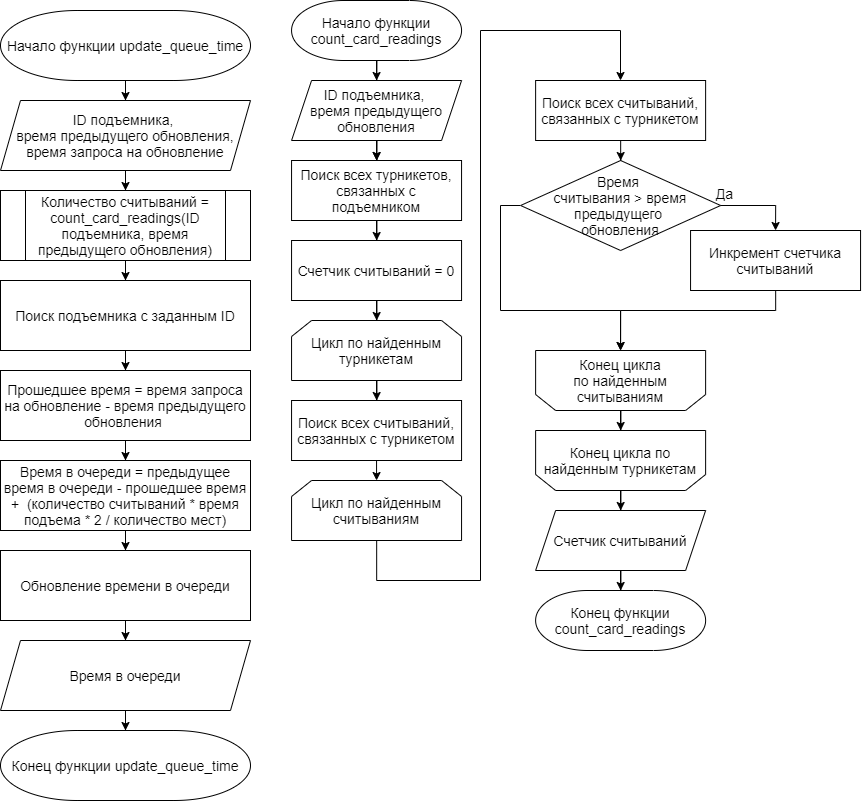
Above: docs/imgs/function.png in alena-zayts/BMSTU_6sem_software_design (draw.io), before the change. Source tidied: cells renumbered, new cells last; positions are measured from the earlier drawing's top-left corner, leaving out a move shared by most shapes. The source it was exported from:
```xml
<mxGraphModel>
  <root>
    <mxCell id="0" />
    <mxCell id="1" parent="0" />
    <mxCell id="2" style="edgeStyle=orthogonalEdgeStyle;rounded=0;jettySize=auto;html=1;entryX=0.5;entryY=0;entryDx=0;entryDy=0;fontSize=14;" parent="1" edge="1" source="3" target="5">
      <mxGeometry relative="1" as="geometry" />
    </mxCell>
    <mxCell id="3" value="Начало функции count_card_readings" style="strokeWidth=1;shape=mxgraph.flowchart.terminator;whiteSpace=wrap;fontFamily=Helvetica;fontSize=14;fontStyle=0;" parent="1" vertex="1">
      <mxGeometry x="291.1" width="170" height="60" as="geometry" />
    </mxCell>
    <mxCell id="4" style="edgeStyle=orthogonalEdgeStyle;rounded=0;jettySize=auto;html=1;entryX=0.5;entryY=0;entryDx=0;entryDy=0;fontSize=14;" parent="1" edge="1" source="5">
      <mxGeometry relative="1" as="geometry">
        <mxPoint x="376.1" y="160" as="targetPoint" />
      </mxGeometry>
    </mxCell>
    <mxCell id="5" value="ID подъемника, &lt;br style=&quot;font-size: 14px&quot;&gt;время предыдущего обновления" style="shape=parallelogram;perimeter=parallelogramPerimeter;whiteSpace=wrap;html=1;fixedSize=1;fontSize=14;" parent="1" vertex="1">
      <mxGeometry x="291.1" y="80" width="170" height="60" as="geometry" />
    </mxCell>
    <mxCell id="6" style="edgeStyle=orthogonalEdgeStyle;rounded=0;jettySize=auto;html=1;fontSize=14;" parent="1" edge="1" source="7" target="19">
      <mxGeometry relative="1" as="geometry" />
    </mxCell>
    <mxCell id="7" value="Поиск всех турникетов, связанных с подъемником" style="rounded=0;whiteSpace=wrap;strokeWidth=1;fontFamily=Helvetica;fontSize=14;fontStyle=0;" parent="1" vertex="1">
      <mxGeometry x="291.1" y="160" width="170" height="60" as="geometry" />
    </mxCell>
    <mxCell id="8" style="edgeStyle=orthogonalEdgeStyle;rounded=0;jettySize=auto;html=1;fontSize=14;" parent="1" edge="1" source="9" target="21">
      <mxGeometry relative="1" as="geometry" />
    </mxCell>
    <mxCell id="9" value="&lt;span style=&quot;font-size: 14px&quot;&gt;Цикл по найденным турникетам&lt;/span&gt;" style="shape=loopLimit;whiteSpace=wrap;html=1;strokeWidth=1;fontSize=14;" parent="1" vertex="1">
      <mxGeometry x="291.1" y="320" width="170" height="60" as="geometry" />
    </mxCell>
    <mxCell id="10" style="edgeStyle=orthogonalEdgeStyle;rounded=0;jettySize=auto;html=1;fontSize=14;" parent="1" edge="1" source="11" target="29">
      <mxGeometry relative="1" as="geometry" />
    </mxCell>
    <mxCell id="11" value="&lt;span style=&quot;font-size: 14px&quot;&gt;Конец цикла&amp;nbsp;&lt;/span&gt;по найденным турникетам" style="shape=loopLimit;whiteSpace=wrap;html=1;strokeWidth=1;direction=west;fontSize=14;" parent="1" vertex="1">
      <mxGeometry x="535.1" y="430" width="170" height="60" as="geometry" />
    </mxCell>
    <mxCell id="12" style="edgeStyle=orthogonalEdgeStyle;rounded=0;jettySize=auto;html=1;fontSize=14;" parent="1" edge="1" target="7">
      <mxGeometry relative="1" as="geometry">
        <mxPoint x="376.2" y="140" as="sourcePoint" />
      </mxGeometry>
    </mxCell>
    <mxCell id="13" value="Да" style="edgeStyle=orthogonalEdgeStyle;rounded=0;jettySize=auto;exitX=1;exitY=0.5;exitDx=0;exitDy=0;entryX=0.5;entryY=0;entryDx=0;entryDy=0;fontFamily=Helvetica;fontSize=14;fontStyle=0;" parent="1" edge="1" source="15" target="17">
      <mxGeometry x="-0.9" y="12" relative="1" as="geometry">
        <mxPoint x="1" as="offset" />
      </mxGeometry>
    </mxCell>
    <mxCell id="14" style="edgeStyle=orthogonalEdgeStyle;rounded=0;jettySize=auto;html=1;fontSize=14;exitX=0;exitY=0.5;exitDx=0;exitDy=0;" parent="1" edge="1" source="15" target="25">
      <mxGeometry relative="1" as="geometry">
        <Array as="points">
          <mxPoint x="500" y="205" />
          <mxPoint x="500" y="310" />
          <mxPoint x="620" y="310" />
        </Array>
      </mxGeometry>
    </mxCell>
    <mxCell id="15" value="Время &#10;считывания &gt; время предыдущего &#10;обновления" style="rhombus;whiteSpace=wrap;strokeWidth=1;fontFamily=Helvetica;fontSize=14;fontStyle=0;" parent="1" vertex="1">
      <mxGeometry x="520.1" y="160" width="200.1" height="90" as="geometry" />
    </mxCell>
    <mxCell id="16" style="edgeStyle=orthogonalEdgeStyle;rounded=0;jettySize=auto;html=1;entryX=0.5;entryY=1;entryDx=0;entryDy=0;fontSize=14;" parent="1" edge="1" source="17" target="25">
      <mxGeometry relative="1" as="geometry">
        <Array as="points">
          <mxPoint x="775" y="310" />
          <mxPoint x="620" y="310" />
        </Array>
      </mxGeometry>
    </mxCell>
    <mxCell id="17" value="Инкремент счетчика считываний" style="rounded=0;whiteSpace=wrap;strokeWidth=1;fontFamily=Helvetica;fontSize=14;fontStyle=0;" parent="1" vertex="1">
      <mxGeometry x="690.1" y="230" width="170" height="60" as="geometry" />
    </mxCell>
    <mxCell id="18" style="edgeStyle=orthogonalEdgeStyle;rounded=0;jettySize=auto;html=1;fontSize=14;" parent="1" edge="1" source="19" target="9">
      <mxGeometry relative="1" as="geometry" />
    </mxCell>
    <mxCell id="19" value="Счетчик считываний = 0" style="rounded=0;whiteSpace=wrap;strokeWidth=1;fontFamily=Helvetica;fontSize=14;fontStyle=0;" parent="1" vertex="1">
      <mxGeometry x="291.1" y="240" width="170" height="60" as="geometry" />
    </mxCell>
    <mxCell id="20" style="edgeStyle=orthogonalEdgeStyle;rounded=0;jettySize=auto;html=1;exitX=0.5;exitY=1;exitDx=0;exitDy=0;entryX=0.5;entryY=0;entryDx=0;entryDy=0;fontSize=14;" parent="1" edge="1" source="21" target="23">
      <mxGeometry relative="1" as="geometry" />
    </mxCell>
    <mxCell id="21" value="Поиск всех считываний, связанных с турникетом" style="rounded=0;whiteSpace=wrap;strokeWidth=1;fontFamily=Helvetica;fontSize=14;fontStyle=0;" parent="1" vertex="1">
      <mxGeometry x="291.1" y="400" width="170" height="60" as="geometry" />
    </mxCell>
    <mxCell id="22" style="edgeStyle=orthogonalEdgeStyle;rounded=0;jettySize=auto;html=1;fontSize=14;" parent="1" edge="1" source="23" target="27">
      <mxGeometry relative="1" as="geometry">
        <Array as="points">
          <mxPoint x="376" y="580" />
          <mxPoint x="480" y="580" />
          <mxPoint x="480" y="30" />
          <mxPoint x="620" y="30" />
        </Array>
      </mxGeometry>
    </mxCell>
    <mxCell id="23" value="&lt;span style=&quot;font-size: 14px&quot;&gt;Цикл по найденным считываниям&lt;/span&gt;" style="shape=loopLimit;whiteSpace=wrap;html=1;strokeWidth=1;fontSize=14;" parent="1" vertex="1">
      <mxGeometry x="291.1" y="480" width="170" height="60" as="geometry" />
    </mxCell>
    <mxCell id="24" style="edgeStyle=orthogonalEdgeStyle;rounded=0;jettySize=auto;html=1;fontSize=14;" parent="1" edge="1" source="25" target="11">
      <mxGeometry relative="1" as="geometry" />
    </mxCell>
    <mxCell id="25" value="&lt;span style=&quot;font-size: 14px&quot;&gt;Конец цикла по&amp;nbsp;&lt;/span&gt;найденным считываниям" style="shape=loopLimit;whiteSpace=wrap;html=1;strokeWidth=1;direction=west;fontSize=14;" parent="1" vertex="1">
      <mxGeometry x="535.1" y="350" width="170" height="60" as="geometry" />
    </mxCell>
    <mxCell id="26" style="edgeStyle=orthogonalEdgeStyle;rounded=0;jettySize=auto;html=1;fontSize=14;" parent="1" edge="1" source="27" target="15">
      <mxGeometry relative="1" as="geometry" />
    </mxCell>
    <mxCell id="27" value="Поиск всех считываний, связанных с турникетом" style="rounded=0;whiteSpace=wrap;strokeWidth=1;fontFamily=Helvetica;fontSize=14;fontStyle=0;" parent="1" vertex="1">
      <mxGeometry x="535.1" y="80" width="170" height="60" as="geometry" />
    </mxCell>
    <mxCell id="28" style="edgeStyle=orthogonalEdgeStyle;rounded=0;jettySize=auto;html=1;fontSize=14;" parent="1" edge="1" source="29" target="30">
      <mxGeometry relative="1" as="geometry" />
    </mxCell>
    <mxCell id="29" value="Счетчик считываний" style="shape=parallelogram;perimeter=parallelogramPerimeter;whiteSpace=wrap;html=1;fixedSize=1;fontSize=14;" parent="1" vertex="1">
      <mxGeometry x="535.1" y="510" width="170" height="60" as="geometry" />
    </mxCell>
    <mxCell id="30" value="Конец функции count_card_readings" style="strokeWidth=1;shape=mxgraph.flowchart.terminator;whiteSpace=wrap;fontFamily=Helvetica;fontSize=14;fontStyle=0;" parent="1" vertex="1">
      <mxGeometry x="535.1" y="590" width="170" height="60" as="geometry" />
    </mxCell>
    <mxCell id="31" style="edgeStyle=orthogonalEdgeStyle;rounded=0;jettySize=auto;html=1;fontSize=14;" parent="1" edge="1" source="32" target="34">
      <mxGeometry relative="1" as="geometry" />
    </mxCell>
    <mxCell id="32" value="Начало функции update_queue_time" style="strokeWidth=1;shape=mxgraph.flowchart.terminator;whiteSpace=wrap;fontFamily=Helvetica;fontSize=14;fontStyle=0;" parent="1" vertex="1">
      <mxGeometry y="10" width="250" height="70" as="geometry" />
    </mxCell>
    <mxCell id="33" style="edgeStyle=orthogonalEdgeStyle;rounded=0;jettySize=auto;html=1;fontSize=14;" parent="1" edge="1" source="34" target="36">
      <mxGeometry relative="1" as="geometry" />
    </mxCell>
    <mxCell id="34" value="ID подъемника, &lt;br style=&quot;font-size: 14px&quot;&gt;время предыдущего обновления, время запроса на обновление" style="shape=parallelogram;perimeter=parallelogramPerimeter;whiteSpace=wrap;html=1;fixedSize=1;fontSize=14;" parent="1" vertex="1">
      <mxGeometry y="100" width="250" height="70" as="geometry" />
    </mxCell>
    <mxCell id="35" style="edgeStyle=orthogonalEdgeStyle;rounded=0;jettySize=auto;html=1;fontSize=14;" parent="1" edge="1" source="44" target="40">
      <mxGeometry relative="1" as="geometry" />
    </mxCell>
    <mxCell id="36" value="Количество считываний = count_card_readings(ID подъемника, время предыдущего обновления)" style="shape=process;whiteSpace=wrap;backgroundOutline=1;fontFamily=Helvetica;fontSize=14;fontStyle=0;" parent="1" vertex="1">
      <mxGeometry y="190" width="250" height="70" as="geometry" />
    </mxCell>
    <mxCell id="37" style="edgeStyle=orthogonalEdgeStyle;rounded=0;jettySize=auto;html=1;fontSize=14;" parent="1" edge="1" target="42">
      <mxGeometry relative="1" as="geometry">
        <mxPoint x="125" y="630" as="sourcePoint" />
      </mxGeometry>
    </mxCell>
    <mxCell id="38" value="Время в очереди = предыдущее время в очереди - прошедшее время +  (количество считываний * время подъема * 2 / количество мест)" style="rounded=0;whiteSpace=wrap;strokeWidth=1;fontFamily=Helvetica;fontSize=14;fontStyle=0;" parent="1" vertex="1">
      <mxGeometry y="460" width="250" height="70" as="geometry" />
    </mxCell>
    <mxCell id="39" style="edgeStyle=orthogonalEdgeStyle;rounded=0;jettySize=auto;html=1;fontSize=14;" parent="1" edge="1" source="40" target="38">
      <mxGeometry relative="1" as="geometry" />
    </mxCell>
    <mxCell id="40" value="Прошедшее время = время запроса на обновление - время предыдущего обновления " style="rounded=0;whiteSpace=wrap;strokeWidth=1;fontFamily=Helvetica;fontSize=14;fontStyle=0;" parent="1" vertex="1">
      <mxGeometry y="370" width="250" height="70" as="geometry" />
    </mxCell>
    <mxCell id="41" style="edgeStyle=orthogonalEdgeStyle;rounded=0;jettySize=auto;html=1;fontSize=14;" parent="1" edge="1" source="42" target="43">
      <mxGeometry relative="1" as="geometry" />
    </mxCell>
    <mxCell id="42" value="Время в очереди" style="shape=parallelogram;perimeter=parallelogramPerimeter;whiteSpace=wrap;html=1;fixedSize=1;fontSize=14;" parent="1" vertex="1">
      <mxGeometry y="640" width="250" height="70" as="geometry" />
    </mxCell>
    <mxCell id="43" value="Конец функции update_queue_time" style="strokeWidth=1;shape=mxgraph.flowchart.terminator;whiteSpace=wrap;fontFamily=Helvetica;fontSize=14;fontStyle=0;" parent="1" vertex="1">
      <mxGeometry y="730" width="250" height="70" as="geometry" />
    </mxCell>
    <mxCell id="44" value="Поиск подъемника с заданным ID" style="rounded=0;whiteSpace=wrap;strokeWidth=1;fontFamily=Helvetica;fontSize=14;fontStyle=0;" parent="1" vertex="1">
      <mxGeometry y="280" width="250" height="70" as="geometry" />
    </mxCell>
    <mxCell id="45" style="edgeStyle=orthogonalEdgeStyle;rounded=0;jettySize=auto;html=1;fontSize=14;" parent="1" edge="1" source="36" target="44">
      <mxGeometry relative="1" as="geometry" />
    </mxCell>
    <mxCell id="46" value="Обновление времени в очереди" style="rounded=0;whiteSpace=wrap;strokeWidth=1;fontFamily=Helvetica;fontSize=14;fontStyle=0;" parent="1" vertex="1">
      <mxGeometry y="550" width="250" height="70" as="geometry" />
    </mxCell>
    <mxCell id="47" style="edgeStyle=orthogonalEdgeStyle;rounded=0;jettySize=auto;html=1;fontSize=14;" parent="1" edge="1" source="38" target="46">
      <mxGeometry relative="1" as="geometry" />
    </mxCell>
  </root>
</mxGraphModel>
```
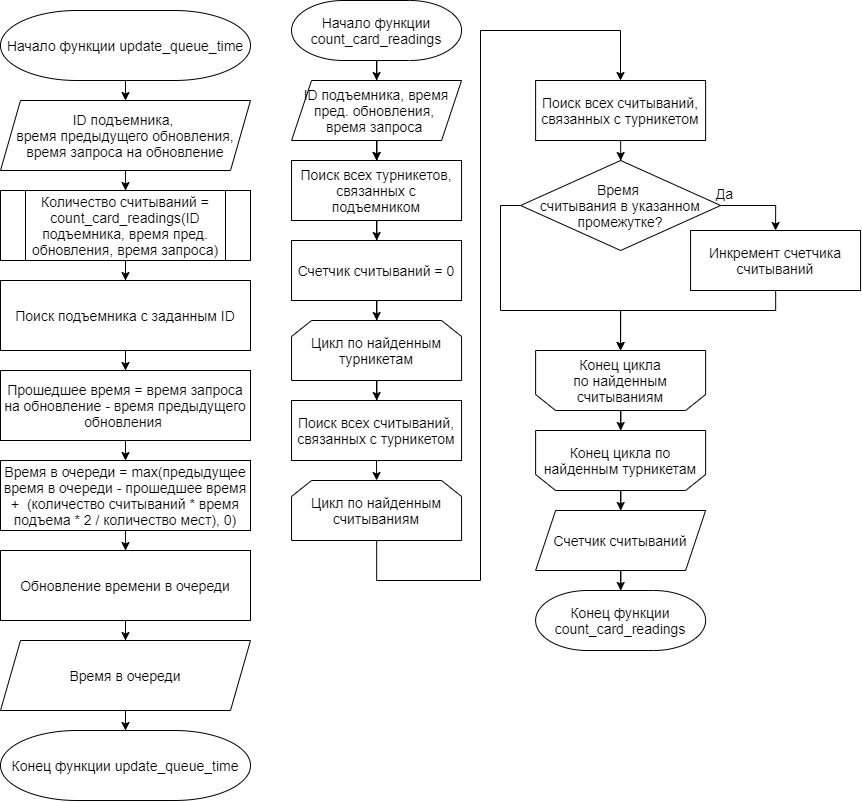
The same diagram one commit later.

What changed in the source:
```diff
@@ -13,7 +13,7 @@
         <mxPoint x="376.1" y="160" as="targetPoint" />
       </mxGeometry>
     </mxCell>
-    <mxCell id="5" value="ID подъемника, &lt;br style=&quot;font-size: 14px&quot;&gt;время предыдущего обновления" style="shape=parallelogram;perimeter=parallelogramPerimeter;whiteSpace=wrap;html=1;fixedSize=1;fontSize=14;" parent="1" vertex="1">
+    <mxCell id="5" value="ID подъемника, время&lt;br&gt;пред. обновления, &lt;br&gt;время запроса&amp;nbsp;" style="shape=parallelogram;perimeter=parallelogramPerimeter;whiteSpace=wrap;html=1;fixedSize=1;fontSize=14;" parent="1" vertex="1">
       <mxGeometry x="291.1" y="80" width="170" height="60" as="geometry" />
     </mxCell>
     <mxCell id="6" style="edgeStyle=orthogonalEdgeStyle;rounded=0;jettySize=auto;html=1;fontSize=14;" parent="1" edge="1" source="7" target="19">
@@ -53,7 +53,7 @@
         </Array>
       </mxGeometry>
     </mxCell>
-    <mxCell id="15" value="Время &#10;считывания &gt; время предыдущего &#10;обновления" style="rhombus;whiteSpace=wrap;strokeWidth=1;fontFamily=Helvetica;fontSize=14;fontStyle=0;" parent="1" vertex="1">
+    <mxCell id="15" value="Время &#10;считывания в указанном промежутке?" style="rhombus;whiteSpace=wrap;strokeWidth=1;fontFamily=Helvetica;fontSize=14;fontStyle=0;" parent="1" vertex="1">
       <mxGeometry x="520.1" y="160" width="200.1" height="90" as="geometry" />
     </mxCell>
     <mxCell id="16" style="edgeStyle=orthogonalEdgeStyle;rounded=0;jettySize=auto;html=1;entryX=0.5;entryY=1;entryDx=0;entryDy=0;fontSize=14;" parent="1" edge="1" source="17" target="25">
@@ -128,7 +128,7 @@
     <mxCell id="35" style="edgeStyle=orthogonalEdgeStyle;rounded=0;jettySize=auto;html=1;fontSize=14;" parent="1" edge="1" source="44" target="40">
       <mxGeometry relative="1" as="geometry" />
     </mxCell>
-    <mxCell id="36" value="Количество считываний = count_card_readings(ID подъемника, время предыдущего обновления)" style="shape=process;whiteSpace=wrap;backgroundOutline=1;fontFamily=Helvetica;fontSize=14;fontStyle=0;" parent="1" vertex="1">
+    <mxCell id="36" value="Количество считываний = count_card_readings(ID подъемника, время пред. обновления, время запроса)" style="shape=process;whiteSpace=wrap;backgroundOutline=1;fontFamily=Helvetica;fontSize=14;fontStyle=0;" parent="1" vertex="1">
       <mxGeometry y="190" width="250" height="70" as="geometry" />
     </mxCell>
     <mxCell id="37" style="edgeStyle=orthogonalEdgeStyle;rounded=0;jettySize=auto;html=1;fontSize=14;" parent="1" edge="1" target="42">
@@ -136,7 +136,7 @@
         <mxPoint x="125" y="630" as="sourcePoint" />
       </mxGeometry>
     </mxCell>
-    <mxCell id="38" value="Время в очереди = предыдущее время в очереди - прошедшее время +  (количество считываний * время подъема * 2 / количество мест)" style="rounded=0;whiteSpace=wrap;strokeWidth=1;fontFamily=Helvetica;fontSize=14;fontStyle=0;" parent="1" vertex="1">
+    <mxCell id="38" value="Время в очереди = max(предыдущее время в очереди - прошедшее время +  (количество считываний * время подъема * 2 / количество мест), 0)" style="rounded=0;whiteSpace=wrap;strokeWidth=1;fontFamily=Helvetica;fontSize=14;fontStyle=0;" parent="1" vertex="1">
       <mxGeometry y="460" width="250" height="70" as="geometry" />
     </mxCell>
     <mxCell id="39" style="edgeStyle=orthogonalEdgeStyle;rounded=0;jettySize=auto;html=1;fontSize=14;" parent="1" edge="1" source="40" target="38">
```
